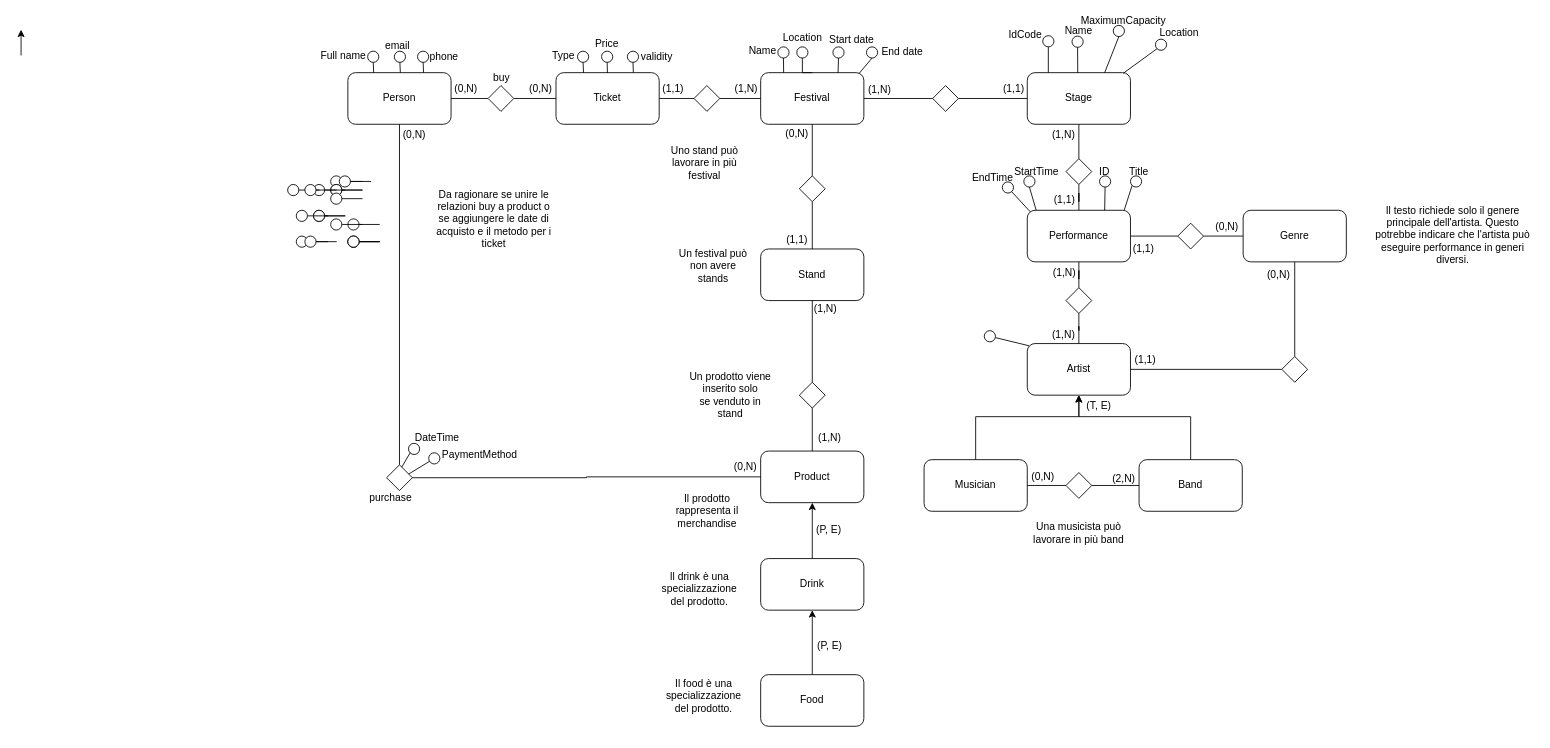
Above: progetto_EICTA.drawio in francescoaurora/EICTA (draw.io), before the change. Source tidied: cells renumbered, new cells numbered last; positions are measured from the earlier drawing's top-left corner, leaving out a move shared by most shapes. Both pictures are drawn from the tidied source at 86%, with x=0, y=0 at pixel (21, 16).
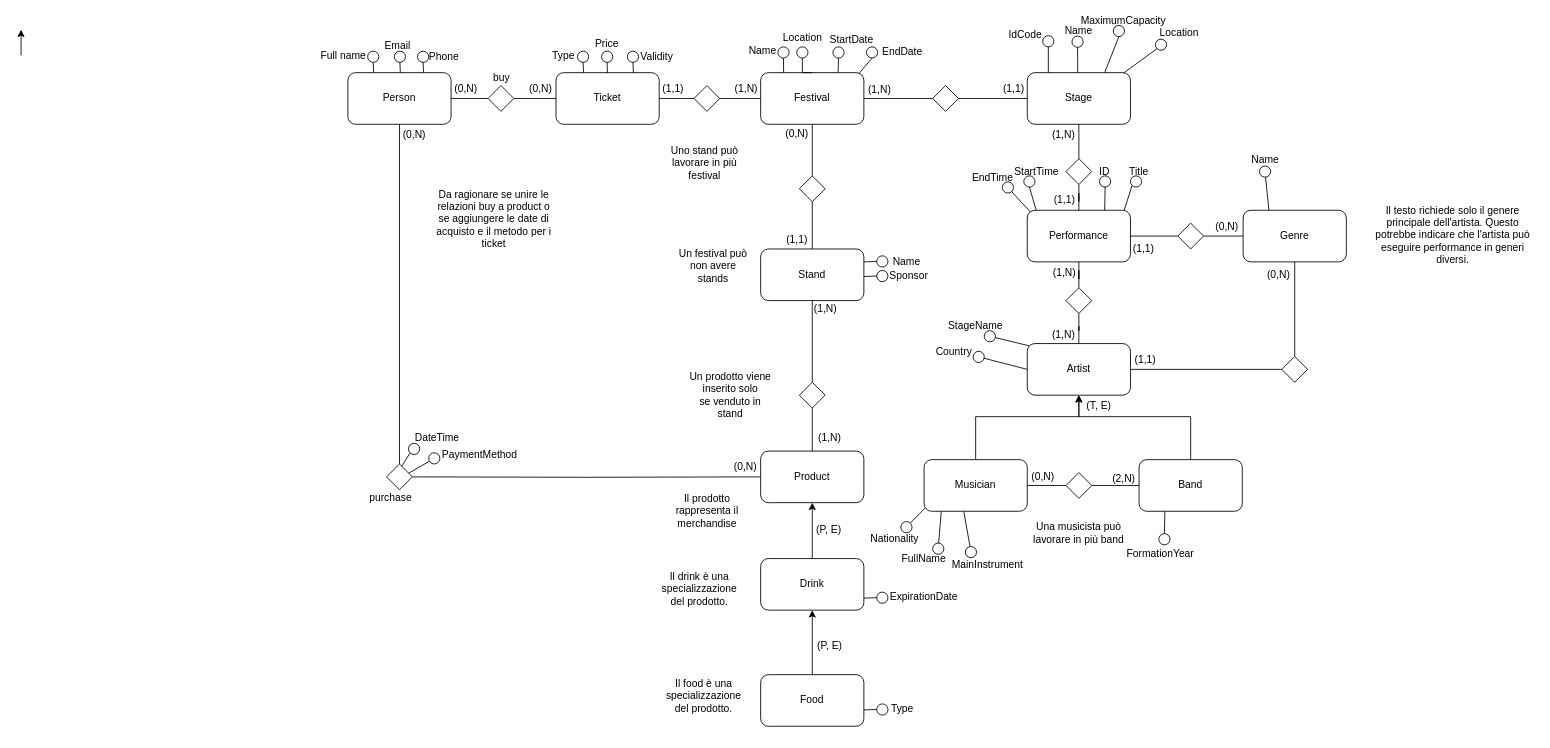
After the change.

Unchanged cells that the change refers to:
```xml
<mxCell id="3" value="Artist" style="rounded=1;whiteSpace=wrap;html=1;" parent="1" vertex="1">
  <mxGeometry x="1170" y="380" width="120" height="60" as="geometry" />
</mxCell>
<mxCell id="21" value="Musician" style="rounded=1;whiteSpace=wrap;html=1;" parent="1" vertex="1">
  <mxGeometry x="1050" y="515" width="120" height="60" as="geometry" />
</mxCell>
<mxCell id="23" value="Band" style="rounded=1;whiteSpace=wrap;html=1;" parent="1" vertex="1">
  <mxGeometry x="1300" y="515" width="120" height="60" as="geometry" />
</mxCell>
<mxCell id="31" value="Genre" style="rounded=1;whiteSpace=wrap;html=1;" parent="1" vertex="1">
  <mxGeometry x="1421" y="225" width="120" height="60" as="geometry" />
</mxCell>
<mxCell id="43" value="Stand" style="rounded=1;whiteSpace=wrap;html=1;" parent="1" vertex="1">
  <mxGeometry x="860" y="270" width="120" height="60" as="geometry" />
</mxCell>
<mxCell id="51" value="Product" style="rounded=1;whiteSpace=wrap;html=1;" parent="1" vertex="1">
  <mxGeometry x="860" y="505" width="120" height="60" as="geometry" />
</mxCell>
```

Change to the diagram source:
```diff
@@
     <mxCell id="79" style="rhombus;whiteSpace=wrap;html=1;" parent="1" vertex="1">
-      <mxGeometry x="425" y="521" width="30" height="30" as="geometry" />
+      <mxGeometry x="425" y="520" width="30" height="30" as="geometry" />
     </mxCell>
-    <mxCell id="80" style="edgeStyle=orthogonalEdgeStyle;rounded=0;jettySize=auto;html=1;endArrow=none;endFill=0;exitX=0;exitY=0.5;exitDx=0;exitDy=0;" parent="1" edge="1" source="51" target="79">
-      <mxGeometry relative="1" as="geometry" />
+    <mxCell id="80" style="edgeStyle=orthogonalEdgeStyle;rounded=0;jettySize=auto;html=1;endArrow=none;endFill=0;exitX=0;exitY=0.5;exitDx=0;exitDy=0;entryX=1;entryY=0.5;entryDx=0;entryDy=0;" parent="1" edge="1" target="79">
+      <mxGeometry relative="1" as="geometry">
+        <mxPoint x="860" y="535" as="sourcePoint" />
+      </mxGeometry>
     </mxCell>
@@
-    <mxCell id="86" style="ellipse;whiteSpace=wrap;html=1;" parent="1" vertex="1">
-      <mxGeometry x="360" y="185" width="13" height="13" as="geometry" />
-    </mxCell>
-    <mxCell id="87" style="endArrow=none;html=1;rounded=0;entryX=0;entryY=0.5;entryDx=0;entryDy=0;exitX=1;exitY=0.5;exitDx=0;exitDy=0;" parent="1" edge="1" source="86">
-      <mxGeometry relative="1" as="geometry">
-        <mxPoint x="397" y="191.5" as="targetPoint" />
-      </mxGeometry>
-    </mxCell>
-    <mxCell id="88" style="ellipse;whiteSpace=wrap;html=1;" parent="1" vertex="1">
-      <mxGeometry x="360" y="195" width="13" height="13" as="geometry" />
-    </mxCell>
-    <mxCell id="89" style="endArrow=none;html=1;rounded=0;entryX=0;entryY=0.5;entryDx=0;entryDy=0;exitX=1;exitY=0.5;exitDx=0;exitDy=0;" parent="1" edge="1" source="88">
-      <mxGeometry relative="1" as="geometry">
-        <mxPoint x="397" y="201.5" as="targetPoint" />
-      </mxGeometry>
-    </mxCell>
-    <mxCell id="90" style="ellipse;whiteSpace=wrap;html=1;" parent="1" vertex="1">
-      <mxGeometry x="360" y="195" width="13" height="13" as="geometry" />
-    </mxCell>
-    <mxCell id="91" style="endArrow=none;html=1;rounded=0;entryX=0;entryY=0.5;entryDx=0;entryDy=0;exitX=1;exitY=0.5;exitDx=0;exitDy=0;" parent="1" edge="1" source="90">
-      <mxGeometry relative="1" as="geometry">
-        <mxPoint x="397" y="201.5" as="targetPoint" />
-      </mxGeometry>
-    </mxCell>
-    <mxCell id="92" style="ellipse;whiteSpace=wrap;html=1;" parent="1" vertex="1">
-      <mxGeometry x="360" y="205" width="13" height="13" as="geometry" />
-    </mxCell>
-    <mxCell id="93" style="endArrow=none;html=1;rounded=0;entryX=0;entryY=0.5;entryDx=0;entryDy=0;exitX=1;exitY=0.5;exitDx=0;exitDy=0;" parent="1" edge="1" source="92">
-      <mxGeometry relative="1" as="geometry">
-        <mxPoint x="397" y="211.5" as="targetPoint" />
-      </mxGeometry>
-    </mxCell>
-    <mxCell id="94" style="ellipse;whiteSpace=wrap;html=1;" parent="1" vertex="1">
-      <mxGeometry x="380" y="235" width="13" height="13" as="geometry" />
-    </mxCell>
-    <mxCell id="95" style="endArrow=none;html=1;rounded=0;entryX=0;entryY=0.5;entryDx=0;entryDy=0;exitX=1;exitY=0.5;exitDx=0;exitDy=0;" parent="1" edge="1" source="94">
-      <mxGeometry relative="1" as="geometry">
-        <mxPoint x="417" y="241.5" as="targetPoint" />
-      </mxGeometry>
-    </mxCell>
-    <mxCell id="96" style="ellipse;whiteSpace=wrap;html=1;" parent="1" vertex="1">
-      <mxGeometry x="380" y="255" width="13" height="13" as="geometry" />
-    </mxCell>
-    <mxCell id="97" style="endArrow=none;html=1;rounded=0;entryX=0;entryY=0.5;entryDx=0;entryDy=0;exitX=1;exitY=0.5;exitDx=0;exitDy=0;" parent="1" edge="1" source="96">
-      <mxGeometry relative="1" as="geometry">
-        <mxPoint x="417" y="261.5" as="targetPoint" />
-      </mxGeometry>
-    </mxCell>
-    <mxCell id="98" style="ellipse;whiteSpace=wrap;html=1;" parent="1" vertex="1">
-      <mxGeometry x="380" y="255" width="13" height="13" as="geometry" />
-    </mxCell>
-    <mxCell id="99" style="endArrow=none;html=1;rounded=0;entryX=0;entryY=0.5;entryDx=0;entryDy=0;exitX=1;exitY=0.5;exitDx=0;exitDy=0;" parent="1" edge="1" source="98">
-      <mxGeometry relative="1" as="geometry">
-        <mxPoint x="417" y="261.5" as="targetPoint" />
-      </mxGeometry>
-    </mxCell>
     <mxCell id="100" style="ellipse;whiteSpace=wrap;html=1;" parent="1" vertex="1">
-      <mxGeometry x="380" y="255" width="13" height="13" as="geometry" />
+      <mxGeometry x="995" y="278" width="13" height="13" as="geometry" />
     </mxCell>
-    <mxCell id="101" style="endArrow=none;html=1;rounded=0;entryX=0;entryY=0.5;entryDx=0;entryDy=0;exitX=1;exitY=0.5;exitDx=0;exitDy=0;" parent="1" edge="1" source="100">
-      <mxGeometry relative="1" as="geometry">
-        <mxPoint x="417" y="261.5" as="targetPoint" />
-      </mxGeometry>
+    <mxCell id="101" style="endArrow=none;html=1;rounded=0;entryX=1;entryY=0.25;entryDx=0;entryDy=0;exitX=0;exitY=0.5;exitDx=0;exitDy=0;" parent="1" edge="1" source="100" target="43">
+      <mxGeometry relative="1" as="geometry" />
     </mxCell>
@@
-    <mxCell id="104" style="ellipse;whiteSpace=wrap;html=1;" parent="1" vertex="1">
-      <mxGeometry x="360" y="235" width="13" height="13" as="geometry" />
-    </mxCell>
-    <mxCell id="105" style="endArrow=none;html=1;rounded=0;entryX=0;entryY=0.5;entryDx=0;entryDy=0;exitX=1;exitY=0.5;exitDx=0;exitDy=0;" parent="1" edge="1" source="104">
-      <mxGeometry relative="1" as="geometry">
-        <mxPoint x="397" y="241.5" as="targetPoint" />
-      </mxGeometry>
-    </mxCell>
-    <mxCell id="106" style="ellipse;whiteSpace=wrap;html=1;" parent="1" vertex="1">
-      <mxGeometry x="340" y="225" width="13" height="13" as="geometry" />
-    </mxCell>
-    <mxCell id="107" style="endArrow=none;html=1;rounded=0;entryX=0;entryY=0.5;entryDx=0;entryDy=0;exitX=1;exitY=0.5;exitDx=0;exitDy=0;" parent="1" edge="1" source="106">
-      <mxGeometry relative="1" as="geometry">
-        <mxPoint x="377" y="231.5" as="targetPoint" />
-      </mxGeometry>
-    </mxCell>
-    <mxCell id="108" style="ellipse;whiteSpace=wrap;html=1;" parent="1" vertex="1">
-      <mxGeometry x="340" y="225" width="13" height="13" as="geometry" />
-    </mxCell>
-    <mxCell id="109" style="endArrow=none;html=1;rounded=0;entryX=0;entryY=0.5;entryDx=0;entryDy=0;exitX=1;exitY=0.5;exitDx=0;exitDy=0;" parent="1" edge="1" source="108">
-      <mxGeometry relative="1" as="geometry">
-        <mxPoint x="377" y="231.5" as="targetPoint" />
-      </mxGeometry>
-    </mxCell>
-    <mxCell id="110" style="ellipse;whiteSpace=wrap;html=1;" parent="1" vertex="1">
-      <mxGeometry x="340" y="195" width="13" height="13" as="geometry" />
-    </mxCell>
-    <mxCell id="111" style="endArrow=none;html=1;rounded=0;entryX=0;entryY=0.5;entryDx=0;entryDy=0;exitX=1;exitY=0.5;exitDx=0;exitDy=0;" parent="1" edge="1" source="110">
-      <mxGeometry relative="1" as="geometry">
-        <mxPoint x="377" y="201.5" as="targetPoint" />
-      </mxGeometry>
-    </mxCell>
@@
-    <mxCell id="119" style="ellipse;whiteSpace=wrap;html=1;" parent="1" vertex="1">
-      <mxGeometry x="310" y="195" width="13" height="13" as="geometry" />
-    </mxCell>
-    <mxCell id="120" style="endArrow=none;html=1;rounded=0;entryX=0;entryY=0.5;entryDx=0;entryDy=0;exitX=1;exitY=0.5;exitDx=0;exitDy=0;" parent="1" edge="1" source="119">
-      <mxGeometry relative="1" as="geometry">
-        <mxPoint x="347" y="201.5" as="targetPoint" />
-      </mxGeometry>
-    </mxCell>
-    <mxCell id="121" style="ellipse;whiteSpace=wrap;html=1;" parent="1" vertex="1">
-      <mxGeometry x="320" y="225" width="13" height="13" as="geometry" />
-    </mxCell>
-    <mxCell id="122" style="endArrow=none;html=1;rounded=0;entryX=0;entryY=0.5;entryDx=0;entryDy=0;exitX=1;exitY=0.5;exitDx=0;exitDy=0;" parent="1" edge="1" source="121">
-      <mxGeometry relative="1" as="geometry">
-        <mxPoint x="357" y="231.5" as="targetPoint" />
-      </mxGeometry>
-    </mxCell>
-    <mxCell id="123" style="ellipse;whiteSpace=wrap;html=1;" parent="1" vertex="1">
-      <mxGeometry x="320" y="255" width="13" height="13" as="geometry" />
-    </mxCell>
-    <mxCell id="124" style="endArrow=none;html=1;rounded=0;entryX=0;entryY=0.5;entryDx=0;entryDy=0;exitX=1;exitY=0.5;exitDx=0;exitDy=0;" parent="1" edge="1" source="123">
-      <mxGeometry relative="1" as="geometry">
-        <mxPoint x="357" y="261.5" as="targetPoint" />
-      </mxGeometry>
-    </mxCell>
@@
-    <mxCell id="132" style="ellipse;whiteSpace=wrap;html=1;" parent="1" vertex="1">
-      <mxGeometry x="330" y="255" width="13" height="13" as="geometry" />
-    </mxCell>
-    <mxCell id="133" style="endArrow=none;html=1;rounded=0;entryX=0;entryY=0.5;entryDx=0;entryDy=0;exitX=1;exitY=0.5;exitDx=0;exitDy=0;" parent="1" edge="1" source="132">
-      <mxGeometry relative="1" as="geometry">
-        <mxPoint x="367" y="261.5" as="targetPoint" />
-      </mxGeometry>
-    </mxCell>
-    <mxCell id="134" style="ellipse;whiteSpace=wrap;html=1;" parent="1" vertex="1">
-      <mxGeometry x="330" y="195" width="13" height="13" as="geometry" />
-    </mxCell>
-    <mxCell id="135" style="endArrow=none;html=1;rounded=0;entryX=0;entryY=0.5;entryDx=0;entryDy=0;exitX=1;exitY=0.5;exitDx=0;exitDy=0;" parent="1" edge="1" source="134">
-      <mxGeometry relative="1" as="geometry">
-        <mxPoint x="367" y="201.5" as="targetPoint" />
-      </mxGeometry>
-    </mxCell>
-    <mxCell id="136" style="ellipse;whiteSpace=wrap;html=1;" parent="1" vertex="1">
-      <mxGeometry x="370" y="185" width="13" height="13" as="geometry" />
-    </mxCell>
-    <mxCell id="137" style="endArrow=none;html=1;rounded=0;entryX=0;entryY=0.5;entryDx=0;entryDy=0;exitX=1;exitY=0.5;exitDx=0;exitDy=0;" parent="1" edge="1" source="136">
-      <mxGeometry relative="1" as="geometry">
-        <mxPoint x="407" y="191.5" as="targetPoint" />
-      </mxGeometry>
-    </mxCell>
@@
-    <mxCell id="143" value="Start date" style="text;html=1;whiteSpace=wrap;strokeColor=none;fillColor=none;align=center;verticalAlign=middle;rounded=0;" parent="1" vertex="1">
+    <mxCell id="143" value="StartDate" style="text;html=1;whiteSpace=wrap;strokeColor=none;fillColor=none;align=center;verticalAlign=middle;rounded=0;" parent="1" vertex="1">
       <mxGeometry x="936" y="12" width="60" height="30" as="geometry" />
     </mxCell>
@@
-    <mxCell id="145" value="End date" style="text;html=1;whiteSpace=wrap;strokeColor=none;fillColor=none;align=center;verticalAlign=middle;rounded=0;" parent="1" vertex="1">
+    <mxCell id="145" value="EndDate" style="text;html=1;whiteSpace=wrap;strokeColor=none;fillColor=none;align=center;verticalAlign=middle;rounded=0;" parent="1" vertex="1">
       <mxGeometry x="995" y="26" width="60" height="30" as="geometry" />
     </mxCell>
@@
-    <mxCell id="159" value="validity" style="text;html=1;whiteSpace=wrap;strokeColor=none;fillColor=none;align=center;verticalAlign=middle;rounded=0;" parent="1" vertex="1">
+    <mxCell id="159" value="Validity" style="text;html=1;whiteSpace=wrap;strokeColor=none;fillColor=none;align=center;verticalAlign=middle;rounded=0;" parent="1" vertex="1">
       <mxGeometry x="721" y="38" width="37" height="17" as="geometry" />
     </mxCell>
@@
-    <mxCell id="175" value="email" style="text;html=1;whiteSpace=wrap;strokeColor=none;fillColor=none;align=center;verticalAlign=middle;rounded=0;" parent="1" vertex="1">
+    <mxCell id="175" value="Email" style="text;html=1;whiteSpace=wrap;strokeColor=none;fillColor=none;align=center;verticalAlign=middle;rounded=0;" parent="1" vertex="1">
       <mxGeometry x="418" y="24" width="40" height="20" as="geometry" />
     </mxCell>
@@
-    <mxCell id="177" value="phone" style="text;html=1;whiteSpace=wrap;strokeColor=none;fillColor=none;align=center;verticalAlign=middle;rounded=0;" parent="1" vertex="1">
+    <mxCell id="177" value="Phone" style="text;html=1;whiteSpace=wrap;strokeColor=none;fillColor=none;align=center;verticalAlign=middle;rounded=0;" parent="1" vertex="1">
       <mxGeometry x="462" y="32" width="60" height="30" as="geometry" />
     </mxCell>
@@
+    <mxCell id="188" value="StageName" style="text;html=1;whiteSpace=wrap;strokeColor=none;fillColor=none;align=center;verticalAlign=middle;rounded=0;" parent="1" vertex="1">
+      <mxGeometry x="1080" y="345" width="60" height="30" as="geometry" />
+    </mxCell>
@@
+    <mxCell id="189" style="rounded=0;jettySize=auto;html=1;entryX=0;entryY=0.5;entryDx=0;entryDy=0;endArrow=none;endFill=0;" parent="1" edge="1" source="190" target="3">
+      <mxGeometry relative="1" as="geometry" />
+    </mxCell>
+    <mxCell id="190" style="ellipse;whiteSpace=wrap;html=1;" parent="1" vertex="1">
+      <mxGeometry x="1107" y="389" width="13" height="13" as="geometry" />
+    </mxCell>
+    <mxCell id="191" value="Country" style="text;html=1;whiteSpace=wrap;strokeColor=none;fillColor=none;align=center;verticalAlign=middle;rounded=0;" parent="1" vertex="1">
+      <mxGeometry x="1055" y="375" width="60" height="30" as="geometry" />
+    </mxCell>
+    <mxCell id="192" style="ellipse;whiteSpace=wrap;html=1;" parent="1" vertex="1">
+      <mxGeometry x="1060" y="612" width="13" height="13" as="geometry" />
+    </mxCell>
+    <mxCell id="193" style="rounded=0;jettySize=auto;html=1;endArrow=none;endFill=0;" parent="1" edge="1" source="192">
+      <mxGeometry relative="1" as="geometry">
+        <mxPoint x="1070" y="575" as="targetPoint" />
+      </mxGeometry>
+    </mxCell>
+    <mxCell id="194" value="FullName" style="text;html=1;whiteSpace=wrap;strokeColor=none;fillColor=none;align=center;verticalAlign=middle;rounded=0;" parent="1" vertex="1">
+      <mxGeometry x="1020" y="615" width="60" height="30" as="geometry" />
+    </mxCell>
+    <mxCell id="195" style="rounded=0;jettySize=auto;html=1;entryX=0.01;entryY=0.938;entryDx=0;entryDy=0;endArrow=none;endFill=0;entryPerimeter=0;" parent="1" edge="1" source="196" target="21">
+      <mxGeometry relative="1" as="geometry" />
+    </mxCell>
+    <mxCell id="196" style="ellipse;whiteSpace=wrap;html=1;" parent="1" vertex="1">
+      <mxGeometry x="1023" y="587" width="13" height="13" as="geometry" />
+    </mxCell>
+    <mxCell id="197" value="Nationality" style="text;html=1;whiteSpace=wrap;strokeColor=none;fillColor=none;align=center;verticalAlign=middle;rounded=0;" parent="1" vertex="1">
+      <mxGeometry x="986" y="592" width="60" height="30" as="geometry" />
+    </mxCell>
+    <mxCell id="198" style="ellipse;whiteSpace=wrap;html=1;" parent="1" vertex="1">
+      <mxGeometry x="1098" y="616" width="13" height="13" as="geometry" />
+    </mxCell>
+    <mxCell id="199" style="rounded=0;jettySize=auto;html=1;entryX=0.385;entryY=1.003;entryDx=0;entryDy=0;entryPerimeter=0;endArrow=none;endFill=0;" parent="1" edge="1" source="198" target="21">
+      <mxGeometry relative="1" as="geometry" />
+    </mxCell>
+    <mxCell id="200" value="MainInstrument" style="text;html=1;whiteSpace=wrap;strokeColor=none;fillColor=none;align=center;verticalAlign=middle;rounded=0;" parent="1" vertex="1">
+      <mxGeometry x="1094" y="622" width="60" height="30" as="geometry" />
+    </mxCell>
+    <mxCell id="201" style="rounded=0;jettySize=auto;html=1;entryX=0.25;entryY=1;entryDx=0;entryDy=0;endArrow=none;endFill=0;" parent="1" edge="1" source="202" target="23">
+      <mxGeometry relative="1" as="geometry" />
+    </mxCell>
+    <mxCell id="202" style="ellipse;whiteSpace=wrap;html=1;" parent="1" vertex="1">
+      <mxGeometry x="1323" y="601" width="13" height="13" as="geometry" />
+    </mxCell>
+    <mxCell id="203" value="FormationYear" style="text;html=1;whiteSpace=wrap;strokeColor=none;fillColor=none;align=center;verticalAlign=middle;rounded=0;" parent="1" vertex="1">
+      <mxGeometry x="1295" y="610" width="60" height="30" as="geometry" />
+    </mxCell>
+    <mxCell id="204" value="Name" style="text;html=1;whiteSpace=wrap;strokeColor=none;fillColor=none;align=center;verticalAlign=middle;rounded=0;" parent="1" vertex="1">
+      <mxGeometry x="1010" y="275" width="40" height="20" as="geometry" />
+    </mxCell>
+    <mxCell id="205" style="rounded=0;jettySize=auto;html=1;entryX=0.25;entryY=0;entryDx=0;entryDy=0;endArrow=none;endFill=0;" parent="1" edge="1" source="207" target="31">
+      <mxGeometry relative="1" as="geometry" />
+    </mxCell>
+    <mxCell id="206" style="ellipse;whiteSpace=wrap;html=1;" parent="1" vertex="1">
+      <mxGeometry x="995" y="295" width="13" height="13" as="geometry" />
+    </mxCell>
+    <mxCell id="207" style="ellipse;whiteSpace=wrap;html=1;" parent="1" vertex="1">
+      <mxGeometry x="1440" y="173.5" width="13" height="13" as="geometry" />
+    </mxCell>
+    <mxCell id="208" style="endArrow=none;html=1;rounded=0;entryX=1;entryY=0.25;entryDx=0;entryDy=0;exitX=0;exitY=0.5;exitDx=0;exitDy=0;" parent="1" edge="1" source="206">
+      <mxGeometry relative="1" as="geometry">
+        <mxPoint x="980" y="302" as="targetPoint" />
+      </mxGeometry>
+    </mxCell>
+    <mxCell id="209" value="Name" style="text;html=1;whiteSpace=wrap;strokeColor=none;fillColor=none;align=center;verticalAlign=middle;rounded=0;" parent="1" vertex="1">
+      <mxGeometry x="1416.5" y="151" width="60" height="30" as="geometry" />
+    </mxCell>
+    <mxCell id="210" value="Sponsor" style="text;html=1;whiteSpace=wrap;strokeColor=none;fillColor=none;align=center;verticalAlign=middle;rounded=0;" parent="1" vertex="1">
+      <mxGeometry x="1010" y="291" width="45" height="20" as="geometry" />
+    </mxCell>
+    <mxCell id="211" style="ellipse;whiteSpace=wrap;html=1;" parent="1" vertex="1">
+      <mxGeometry x="995" y="669" width="13" height="13" as="geometry" />
+    </mxCell>
+    <mxCell id="212" style="endArrow=none;html=1;rounded=0;entryX=1;entryY=0.25;entryDx=0;entryDy=0;exitX=0;exitY=0.5;exitDx=0;exitDy=0;" parent="1" edge="1" source="211">
+      <mxGeometry relative="1" as="geometry">
+        <mxPoint x="980" y="676" as="targetPoint" />
+      </mxGeometry>
+    </mxCell>
+    <mxCell id="213" value="ExpirationDate" style="text;html=1;whiteSpace=wrap;strokeColor=none;fillColor=none;align=center;verticalAlign=middle;rounded=0;" parent="1" vertex="1">
+      <mxGeometry x="1010" y="665" width="80" height="20" as="geometry" />
+    </mxCell>
+    <mxCell id="214" style="ellipse;whiteSpace=wrap;html=1;" parent="1" vertex="1">
+      <mxGeometry x="995" y="799" width="13" height="13" as="geometry" />
+    </mxCell>
+    <mxCell id="215" style="endArrow=none;html=1;rounded=0;entryX=1;entryY=0.25;entryDx=0;entryDy=0;exitX=0;exitY=0.5;exitDx=0;exitDy=0;" parent="1" edge="1" source="214">
+      <mxGeometry relative="1" as="geometry">
+        <mxPoint x="980" y="806" as="targetPoint" />
+      </mxGeometry>
+    </mxCell>
+    <mxCell id="216" value="Type" style="text;html=1;whiteSpace=wrap;strokeColor=none;fillColor=none;align=center;verticalAlign=middle;rounded=0;" parent="1" vertex="1">
+      <mxGeometry x="1010" y="795" width="30" height="20" as="geometry" />
+    </mxCell>
```
